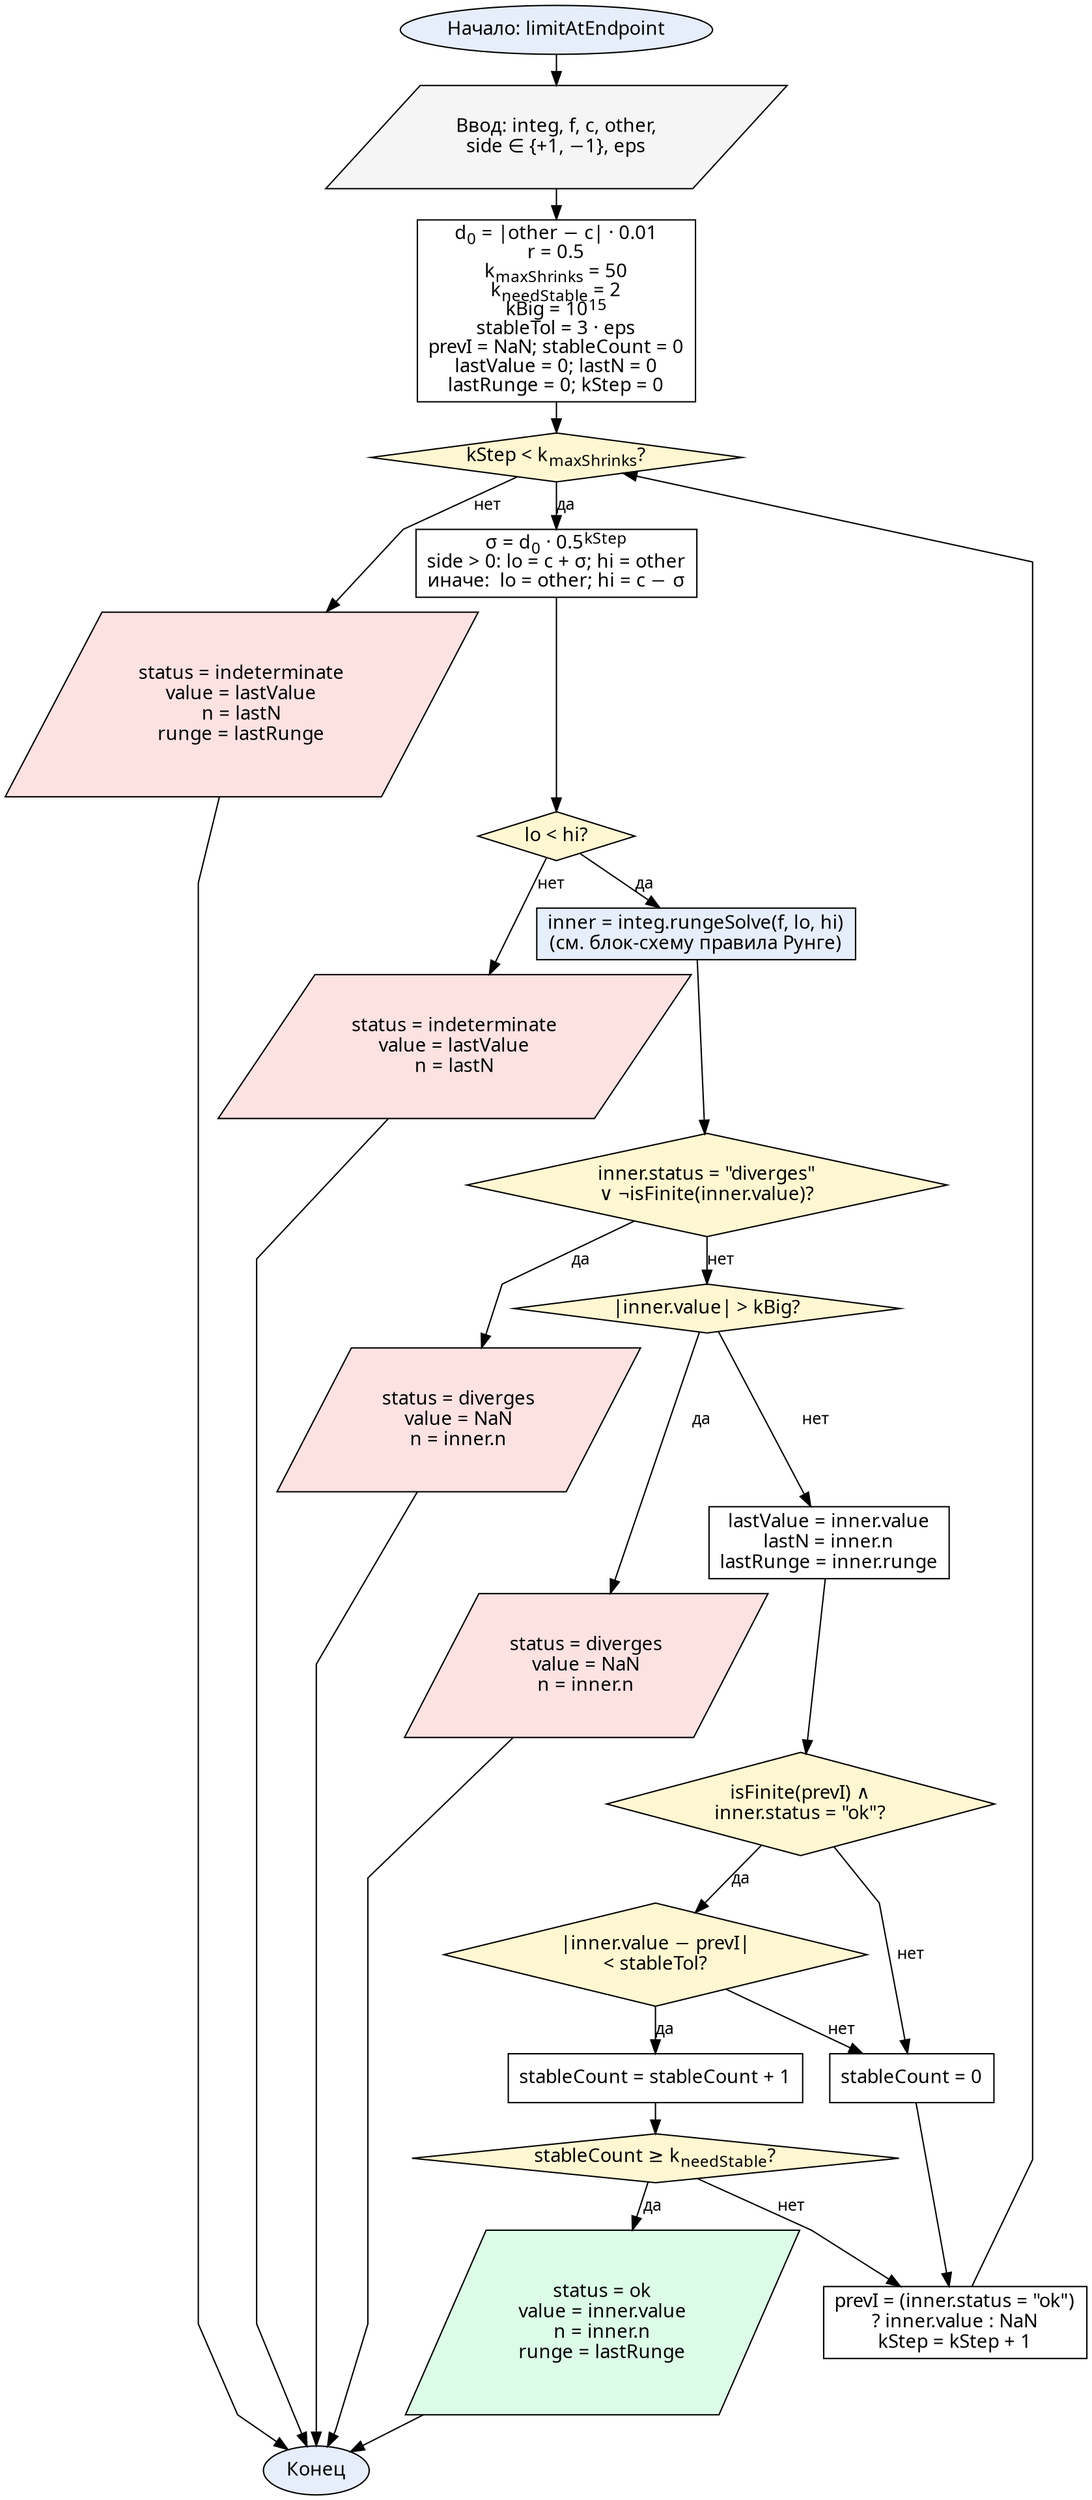
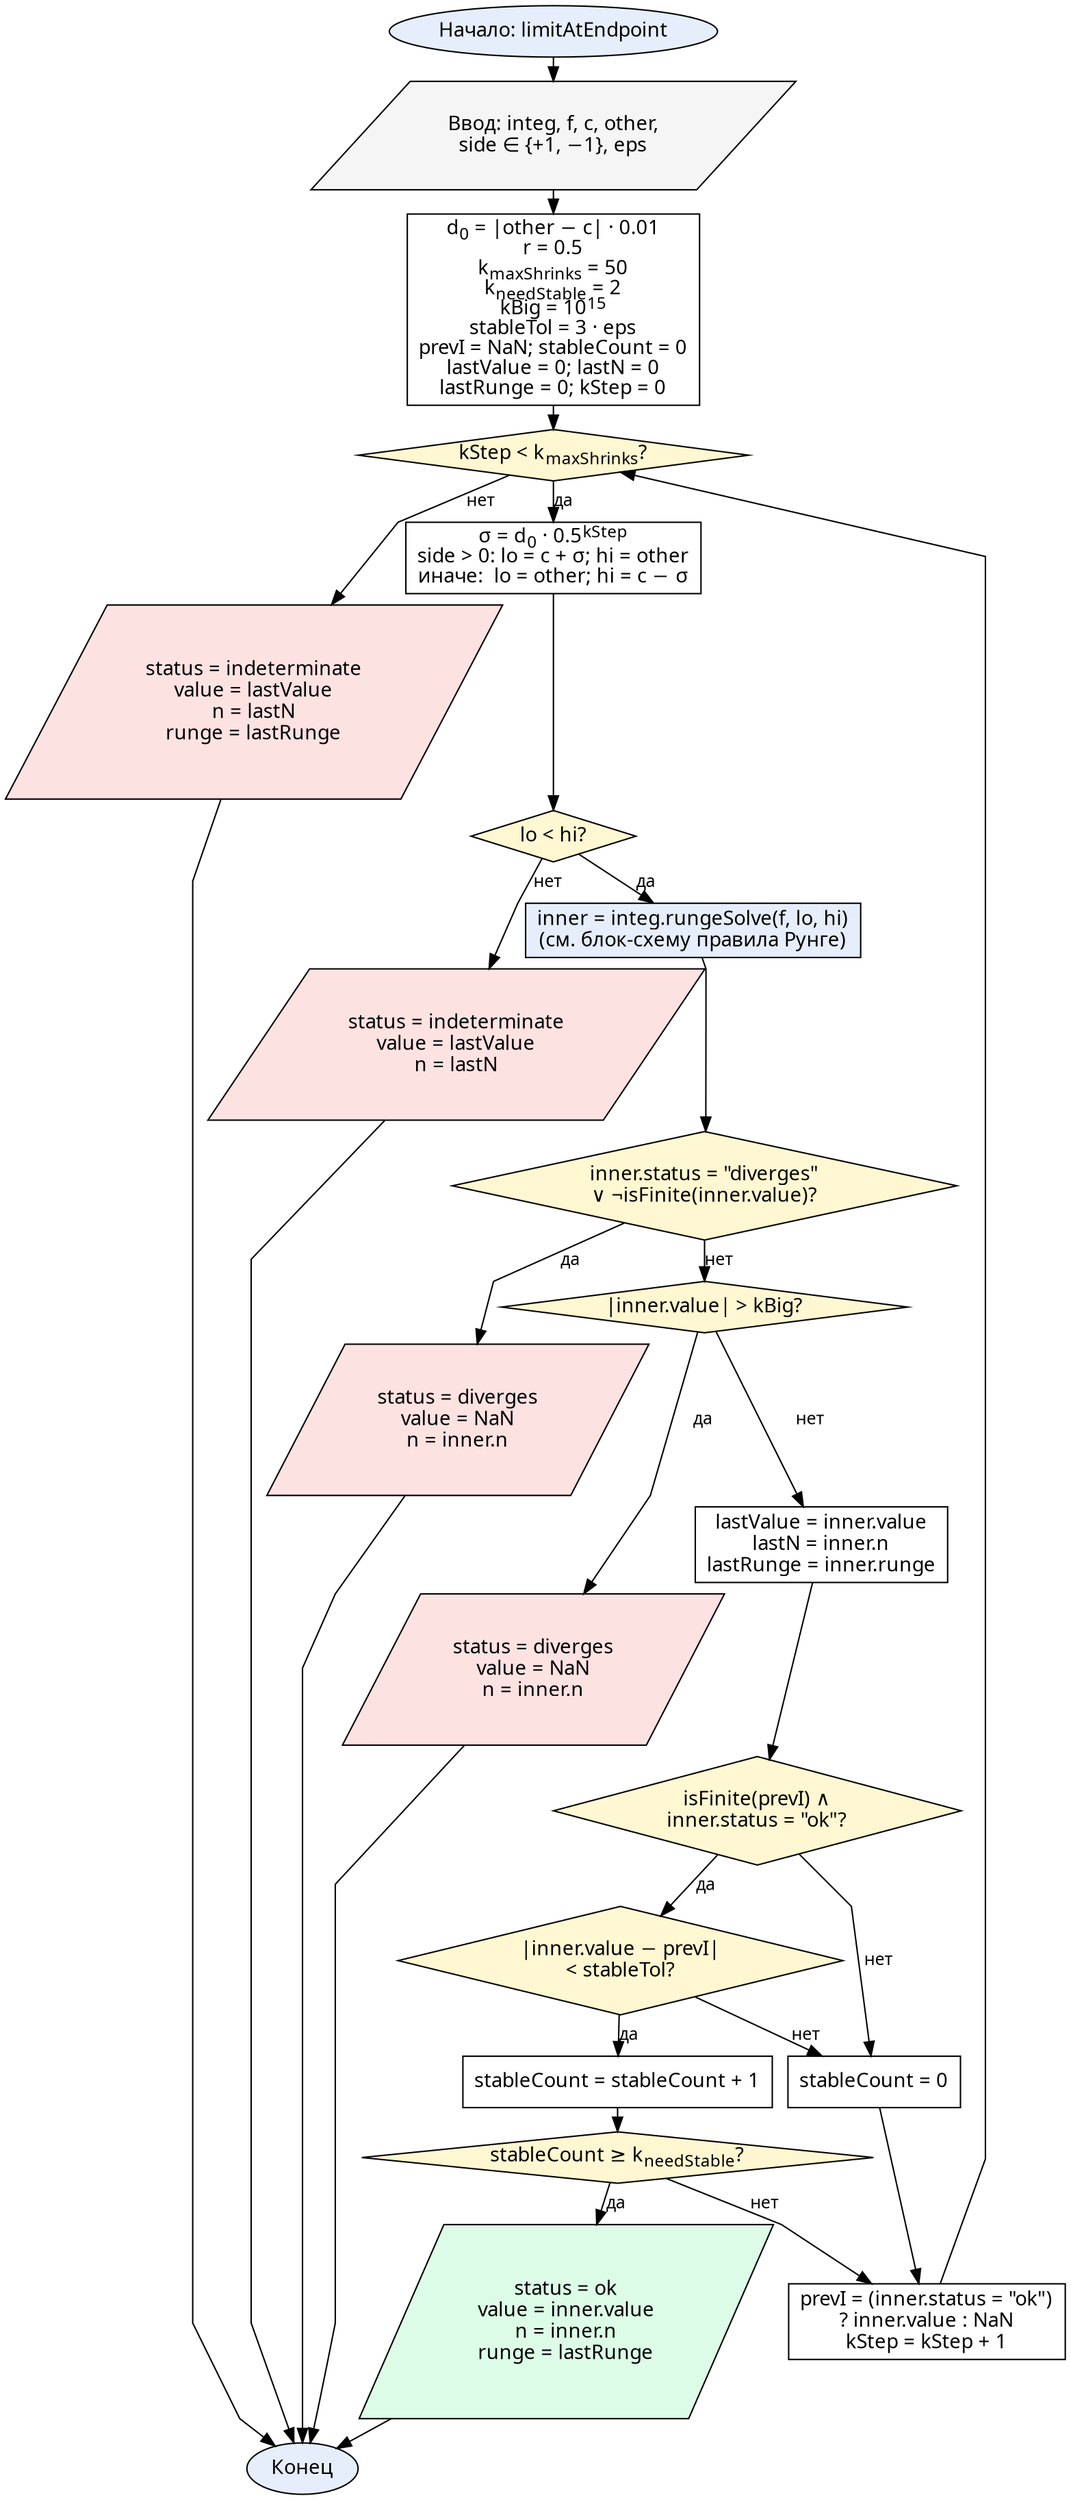
digraph LimitAtEndpoint {
-   graph [fontname="CMU Serif", rankdir=TB, nodesep=0.25, ranksep=0.3, splines=polyline]
+   graph [fontname="CMU Serif", rankdir=TB, nodesep=0.15, ranksep=0.12, splines=polyline]
  node  [fontname="CMU Serif", fontsize=14, style="filled", fillcolor="#ffffff", color="#000000"]
  edge  [fontname="CMU Serif", fontsize=12, color="#000000"]

  start [label="Начало: limitAtEndpoint", shape=oval, fillcolor="#e6eefc"]
  input [label=<Ввод: integ, f, c, other,<BR/>side ∈ {+1, −1}, eps>, shape=parallelogram, fillcolor="#f5f5f5"]
  init  [label=<d<SUB>0</SUB> = |other − c| · 0.01<BR/>r = 0.5<BR/>k<SUB>maxShrinks</SUB> = 50<BR/>k<SUB>needStable</SUB> = 2<BR/>kBig = 10<SUP>15</SUP><BR/>stableTol = 3 · eps<BR/>prevI = NaN; stableCount = 0<BR/>lastValue = 0; lastN = 0<BR/>lastRunge = 0; kStep = 0>, shape=box]

  chkLoop  [label=<kStep &lt; k<SUB>maxShrinks</SUB>?>, shape=diamond, fillcolor="#fff7d1"]
  retInd   [label=<status = indeterminate<BR/>value = lastValue<BR/>n = lastN<BR/>runge = lastRunge>, shape=parallelogram, fillcolor="#fde2e2"]

  comp     [label=<σ = d<SUB>0</SUB> · 0.5<SUP>kStep</SUP><BR/>side &gt; 0:&nbsp;lo = c + σ; hi = other<BR/>иначе:&nbsp;&nbsp;lo = other; hi = c − σ>, shape=box]
  chkLoHi  [label=<lo &lt; hi?>, shape=diamond, fillcolor="#fff7d1"]
  retIndLo [label=<status = indeterminate<BR/>value = lastValue<BR/>n = lastN>, shape=parallelogram, fillcolor="#fde2e2"]

  callRunge [label=<inner = integ.rungeSolve(f, lo, hi)<BR/>(см. блок-схему правила Рунге)>, shape=box, fillcolor="#e6eefc"]

  chkDiv    [label=<inner.status = "diverges"<BR/>∨ ¬isFinite(inner.value)?>, shape=diamond, fillcolor="#fff7d1"]
  retDiv    [label=<status = diverges<BR/>value = NaN<BR/>n = inner.n>, shape=parallelogram, fillcolor="#fde2e2"]
  chkBig    [label=<|inner.value| &gt; kBig?>, shape=diamond, fillcolor="#fff7d1"]
  retDivBig [label=<status = diverges<BR/>value = NaN<BR/>n = inner.n>, shape=parallelogram, fillcolor="#fde2e2"]

  upd       [label=<lastValue = inner.value<BR/>lastN = inner.n<BR/>lastRunge = inner.runge>, shape=box]

  chkPrev   [label=<isFinite(prevI) ∧<BR/>inner.status = "ok"?>, shape=diamond, fillcolor="#fff7d1"]
  chkClose  [label=<|inner.value − prevI|<BR/>&lt; stableTol?>, shape=diamond, fillcolor="#fff7d1"]
  incCnt    [label="stableCount = stableCount + 1", shape=box]
  zeroCnt   [label="stableCount = 0", shape=box]

  chkCnt    [label=<stableCount ≥ k<SUB>needStable</SUB>?>, shape=diamond, fillcolor="#fff7d1"]
  retOk     [label=<status = ok<BR/>value = inner.value<BR/>n = inner.n<BR/>runge = lastRunge>, shape=parallelogram, fillcolor="#dcfce7"]

  setPrev   [label=<prevI = (inner.status = "ok")<BR/>? inner.value : NaN<BR/>kStep = kStep + 1>, shape=box]

  stop [label="Конец", shape=oval, fillcolor="#e6eefc"]

  start -> input -> init -> chkLoop
  chkLoop -> retInd [label="нет"]
  retInd -> stop
  chkLoop -> comp [label="да"]
  comp -> chkLoHi
  chkLoHi -> retIndLo [label="нет"]
  retIndLo -> stop
  chkLoHi -> callRunge [label="да"]
  callRunge -> chkDiv
  chkDiv -> retDiv [label="да"]
  retDiv -> stop
  chkDiv -> chkBig [label="нет"]
  chkBig -> retDivBig [label="да"]
  retDivBig -> stop
  chkBig -> upd [label="нет"]
  upd -> chkPrev
  chkPrev -> chkClose [label="да"]
  chkPrev -> zeroCnt [label="нет"]
  chkClose -> incCnt [label="да"]
  chkClose -> zeroCnt [label="нет"]
  incCnt -> chkCnt
  chkCnt -> retOk [label="да"]
  retOk -> stop
  chkCnt -> setPrev [label="нет"]
  zeroCnt -> setPrev
  setPrev -> chkLoop
}
